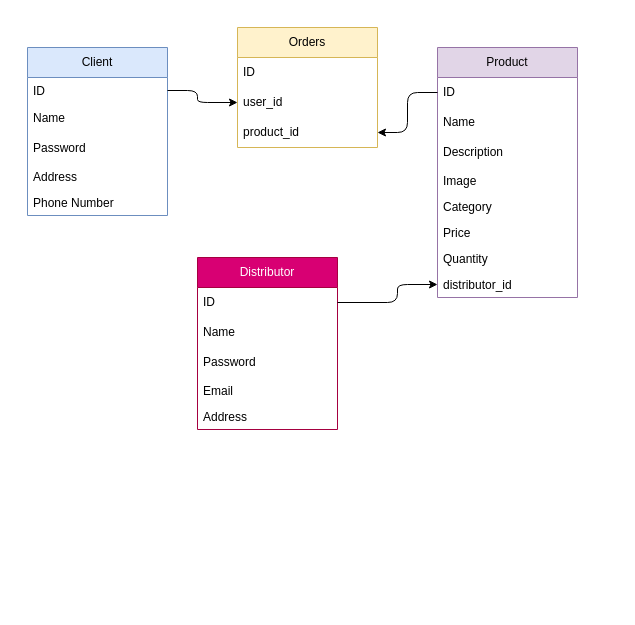
The draw.io diagram db-design.drawio in gilbert-ku/electro-App, before the edit. Source tidied: cells renumbered, new cells numbered last; positions are measured from the earlier drawing's top-left corner, leaving out a move shared by most shapes. Both pictures are drawn from the tidied source at 100%, with x=0, y=0 at pixel (27, 27).
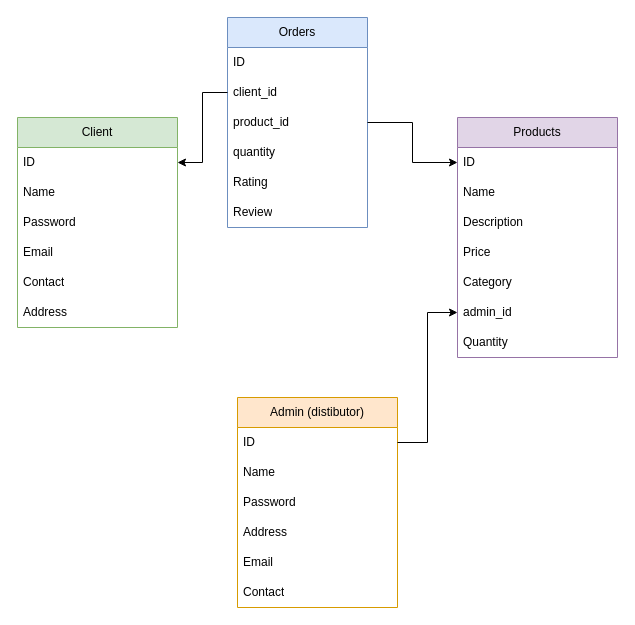
The same page after the edit.

Commit message:
updating database design

The change refers to these unchanged cells:
```xml
<mxCell id="11" value="product_id" style="text;strokeColor=none;fillColor=none;align=left;verticalAlign=middle;spacingLeft=4;spacingRight=4;overflow=hidden;points=[[0,0.5],[1,0.5]];portConstraint=eastwest;whiteSpace=wrap;html=1;" parent="8" vertex="1">
  <mxGeometry y="90" width="140" height="30" as="geometry" />
</mxCell>
```

Diff of the diagram source:
```diff
@@
-    <mxCell id="2" value="Client" style="swimlane;fontStyle=0;horizontal=1;startSize=30;whiteSpace=wrap;html=1;fillColor=#dae8fc;strokeColor=#6c8ebf;" parent="1" vertex="1">
-      <mxGeometry y="20" width="140" height="168" as="geometry" />
+    <mxCell id="2" value="Client" style="swimlane;fontStyle=0;horizontal=1;startSize=30;whiteSpace=wrap;html=1;fillColor=#d5e8d4;strokeColor=#82b366;" parent="1" vertex="1">
+      <mxGeometry x="-10" y="90" width="160" height="210" as="geometry" />
     </mxCell>
-    <mxCell id="3" value="ID" style="text;strokeColor=none;fillColor=none;align=left;verticalAlign=top;spacingLeft=4;spacingRight=4;overflow=hidden;points=[[0,0.5],[1,0.5]];portConstraint=eastwest;whiteSpace=wrap;html=1;" parent="2" vertex="1">
-      <mxGeometry y="30" width="140" height="26" as="geometry" />
-    </mxCell>
-    <mxCell id="4" value="Name" style="text;strokeColor=none;fillColor=none;align=left;verticalAlign=middle;spacingLeft=4;spacingRight=4;overflow=hidden;whiteSpace=wrap;html=1;" parent="2" vertex="1">
-      <mxGeometry y="56" width="140" height="30" as="geometry" />
-    </mxCell>
-    <mxCell id="5" value="Password" style="text;strokeColor=none;fillColor=none;align=left;verticalAlign=middle;spacingLeft=4;spacingRight=4;overflow=hidden;whiteSpace=wrap;html=1;" parent="2" vertex="1">
-      <mxGeometry y="86" width="140" height="30" as="geometry" />
-    </mxCell>
-    <mxCell id="6" value="Address" style="text;strokeColor=none;fillColor=none;align=left;verticalAlign=top;spacingLeft=4;spacingRight=4;overflow=hidden;whiteSpace=wrap;html=1;" parent="2" vertex="1">
-      <mxGeometry y="116" width="140" height="26" as="geometry" />
-    </mxCell>
-    <mxCell id="7" value="Phone Number" style="text;strokeColor=none;fillColor=none;align=left;verticalAlign=top;spacingLeft=4;spacingRight=4;overflow=hidden;whiteSpace=wrap;html=1;" parent="2" vertex="1">
-      <mxGeometry y="142" width="140" height="26" as="geometry" />
-    </mxCell>
+    <mxCell id="30" value="ID" style="text;strokeColor=none;fillColor=none;align=left;verticalAlign=middle;spacingLeft=4;spacingRight=4;overflow=hidden;points=[[0,0.5],[1,0.5]];portConstraint=eastwest;whiteSpace=wrap;html=1;" parent="2" vertex="1">
+      <mxGeometry y="30" width="160" height="30" as="geometry" />
+    </mxCell>
+    <mxCell id="31" value="Name" style="text;strokeColor=none;fillColor=none;align=left;verticalAlign=middle;spacingLeft=4;spacingRight=4;overflow=hidden;whiteSpace=wrap;html=1;" parent="2" vertex="1">
+      <mxGeometry y="60" width="160" height="30" as="geometry" />
+    </mxCell>
+    <mxCell id="32" value="Password" style="text;strokeColor=none;fillColor=none;align=left;verticalAlign=middle;spacingLeft=4;spacingRight=4;overflow=hidden;whiteSpace=wrap;html=1;" parent="2" vertex="1">
+      <mxGeometry y="90" width="160" height="30" as="geometry" />
+    </mxCell>
+    <mxCell id="33" value="Email" style="text;strokeColor=none;fillColor=none;align=left;verticalAlign=middle;spacingLeft=4;spacingRight=4;overflow=hidden;whiteSpace=wrap;html=1;" parent="2" vertex="1">
+      <mxGeometry y="120" width="160" height="30" as="geometry" />
+    </mxCell>
+    <mxCell id="34" value="Contact" style="text;strokeColor=none;fillColor=none;align=left;verticalAlign=middle;spacingLeft=4;spacingRight=4;overflow=hidden;whiteSpace=wrap;html=1;" parent="2" vertex="1">
+      <mxGeometry y="150" width="160" height="30" as="geometry" />
+    </mxCell>
+    <mxCell id="35" value="Address" style="text;strokeColor=none;fillColor=none;align=left;verticalAlign=middle;spacingLeft=4;spacingRight=4;overflow=hidden;whiteSpace=wrap;html=1;" parent="2" vertex="1">
+      <mxGeometry y="180" width="160" height="30" as="geometry" />
+    </mxCell>
+    <mxCell id="36" value="Products" style="swimlane;fontStyle=0;horizontal=1;startSize=30;whiteSpace=wrap;html=1;fillColor=#e1d5e7;strokeColor=#9673a6;" parent="1" vertex="1">
+      <mxGeometry x="430" y="90" width="160" height="240" as="geometry" />
+    </mxCell>
+    <mxCell id="37" value="ID" style="text;strokeColor=none;fillColor=none;align=left;verticalAlign=middle;spacingLeft=4;spacingRight=4;overflow=hidden;points=[[0,0.5],[1,0.5]];portConstraint=eastwest;whiteSpace=wrap;html=1;" parent="36" vertex="1">
+      <mxGeometry y="30" width="160" height="30" as="geometry" />
+    </mxCell>
+    <mxCell id="38" value="Name" style="text;strokeColor=none;fillColor=none;align=left;verticalAlign=middle;spacingLeft=4;spacingRight=4;overflow=hidden;whiteSpace=wrap;html=1;" parent="36" vertex="1">
+      <mxGeometry y="60" width="160" height="30" as="geometry" />
+    </mxCell>
+    <mxCell id="15" value="Description" style="text;strokeColor=none;fillColor=none;align=left;verticalAlign=middle;spacingLeft=4;spacingRight=4;overflow=hidden;whiteSpace=wrap;html=1;" parent="36" vertex="1">
+      <mxGeometry y="90" width="160" height="30" as="geometry" />
+    </mxCell>
+    <mxCell id="18" value="Price" style="text;strokeColor=none;fillColor=none;align=left;verticalAlign=middle;spacingLeft=4;spacingRight=4;overflow=hidden;whiteSpace=wrap;html=1;" parent="36" vertex="1">
+      <mxGeometry y="120" width="160" height="30" as="geometry" />
+    </mxCell>
+    <mxCell id="17" value="Category" style="text;strokeColor=none;fillColor=none;align=left;verticalAlign=middle;spacingLeft=4;spacingRight=4;overflow=hidden;whiteSpace=wrap;html=1;" parent="36" vertex="1">
+      <mxGeometry y="150" width="160" height="30" as="geometry" />
+    </mxCell>
+    <mxCell id="39" value="admin_id" style="text;strokeColor=none;fillColor=none;align=left;verticalAlign=middle;spacingLeft=4;spacingRight=4;overflow=hidden;points=[[0,0.5],[1,0.5]];portConstraint=eastwest;whiteSpace=wrap;html=1;" parent="36" vertex="1">
+      <mxGeometry y="180" width="160" height="30" as="geometry" />
+    </mxCell>
+    <mxCell id="19" value="Quantity" style="text;strokeColor=none;fillColor=none;align=left;verticalAlign=middle;spacingLeft=4;spacingRight=4;overflow=hidden;whiteSpace=wrap;html=1;" parent="36" vertex="1">
+      <mxGeometry y="210" width="160" height="30" as="geometry" />
+    </mxCell>
+    <mxCell id="40" value="Admin (distibutor)" style="swimlane;fontStyle=0;horizontal=1;startSize=30;whiteSpace=wrap;html=1;fillColor=#ffe6cc;strokeColor=#d79b00;" parent="1" vertex="1">
+      <mxGeometry x="210" y="370" width="160" height="210" as="geometry" />
+    </mxCell>
+    <mxCell id="41" value="ID" style="text;strokeColor=none;fillColor=none;align=left;verticalAlign=middle;spacingLeft=4;spacingRight=4;overflow=hidden;points=[[0,0.5],[1,0.5]];portConstraint=eastwest;whiteSpace=wrap;html=1;" parent="40" vertex="1">
+      <mxGeometry y="30" width="160" height="30" as="geometry" />
+    </mxCell>
+    <mxCell id="42" value="Name" style="text;strokeColor=none;fillColor=none;align=left;verticalAlign=middle;spacingLeft=4;spacingRight=4;overflow=hidden;whiteSpace=wrap;html=1;" parent="40" vertex="1">
+      <mxGeometry y="60" width="160" height="30" as="geometry" />
+    </mxCell>
+    <mxCell id="43" value="Password" style="text;strokeColor=none;fillColor=none;align=left;verticalAlign=middle;spacingLeft=4;spacingRight=4;overflow=hidden;whiteSpace=wrap;html=1;" parent="40" vertex="1">
+      <mxGeometry y="90" width="160" height="30" as="geometry" />
+    </mxCell>
+    <mxCell id="44" value="Address" style="text;strokeColor=none;fillColor=none;align=left;verticalAlign=middle;spacingLeft=4;spacingRight=4;overflow=hidden;whiteSpace=wrap;html=1;" parent="40" vertex="1">
+      <mxGeometry y="120" width="160" height="30" as="geometry" />
+    </mxCell>
+    <mxCell id="45" value="Email" style="text;strokeColor=none;fillColor=none;align=left;verticalAlign=middle;spacingLeft=4;spacingRight=4;overflow=hidden;whiteSpace=wrap;html=1;" parent="40" vertex="1">
+      <mxGeometry y="150" width="160" height="30" as="geometry" />
+    </mxCell>
+    <mxCell id="46" value="Contact" style="text;strokeColor=none;fillColor=none;align=left;verticalAlign=middle;spacingLeft=4;spacingRight=4;overflow=hidden;whiteSpace=wrap;html=1;" parent="40" vertex="1">
+      <mxGeometry y="180" width="160" height="30" as="geometry" />
+    </mxCell>
+    <mxCell id="47" style="edgeStyle=orthogonalEdgeStyle;rounded=0;jettySize=auto;html=1;entryX=0;entryY=0.5;entryDx=0;entryDy=0;" parent="1" edge="1" source="41" target="39">
+      <mxGeometry relative="1" as="geometry" />
+    </mxCell>
-    <mxCell id="8" value="Orders" style="swimlane;fontStyle=0;horizontal=1;startSize=30;whiteSpace=wrap;html=1;fillColor=#fff2cc;strokeColor=#d6b656;" parent="1" vertex="1">
-      <mxGeometry x="210" width="140" height="120" as="geometry" />
+    <mxCell id="8" value="Orders" style="swimlane;fontStyle=0;horizontal=1;startSize=30;whiteSpace=wrap;html=1;fillColor=#dae8fc;strokeColor=#6c8ebf;" parent="1" vertex="1">
+      <mxGeometry x="200" y="-10" width="140" height="210" as="geometry" />
     </mxCell>
-    <mxCell id="9" value="ID" style="text;strokeColor=none;fillColor=none;align=left;verticalAlign=middle;spacingLeft=4;spacingRight=4;overflow=hidden;whiteSpace=wrap;html=1;" parent="8" vertex="1">
-      <mxGeometry y="30" width="140" height="30" as="geometry" />
-    </mxCell>
-    <mxCell id="10" value="user_id" style="text;strokeColor=none;fillColor=none;align=left;verticalAlign=middle;spacingLeft=4;spacingRight=4;overflow=hidden;points=[[0,0.5],[1,0.5]];portConstraint=eastwest;whiteSpace=wrap;html=1;" parent="8" vertex="1">
-      <mxGeometry y="60" width="140" height="30" as="geometry" />
-    </mxCell>
+    <mxCell id="48" value="ID" style="text;strokeColor=none;fillColor=none;align=left;verticalAlign=middle;spacingLeft=4;spacingRight=4;overflow=hidden;whiteSpace=wrap;html=1;" parent="8" vertex="1">
+      <mxGeometry y="30" width="140" height="30" as="geometry" />
+    </mxCell>
+    <mxCell id="49" value="client_id" style="text;strokeColor=none;fillColor=none;align=left;verticalAlign=middle;spacingLeft=4;spacingRight=4;overflow=hidden;points=[[0,0.5],[1,0.5]];portConstraint=eastwest;whiteSpace=wrap;html=1;" parent="8" vertex="1">
+      <mxGeometry y="60" width="140" height="30" as="geometry" />
+    </mxCell>
@@
-    <mxCell id="12" value="Product" style="swimlane;fontStyle=0;horizontal=1;startSize=30;whiteSpace=wrap;html=1;fillColor=#e1d5e7;strokeColor=#9673a6;" parent="1" vertex="1">
-      <mxGeometry x="410" y="20" width="140" height="250" as="geometry" />
-    </mxCell>
-    <mxCell id="13" value="ID" style="text;strokeColor=none;fillColor=none;align=left;verticalAlign=middle;spacingLeft=4;spacingRight=4;overflow=hidden;points=[[0,0.5],[1,0.5]];portConstraint=eastwest;whiteSpace=wrap;html=1;" parent="12" vertex="1">
-      <mxGeometry y="30" width="140" height="30" as="geometry" />
-    </mxCell>
-    <mxCell id="14" value="Name" style="text;strokeColor=none;fillColor=none;align=left;verticalAlign=middle;spacingLeft=4;spacingRight=4;overflow=hidden;whiteSpace=wrap;html=1;" parent="12" vertex="1">
-      <mxGeometry y="60" width="140" height="30" as="geometry" />
-    </mxCell>
-    <mxCell id="15" value="Description" style="text;strokeColor=none;fillColor=none;align=left;verticalAlign=middle;spacingLeft=4;spacingRight=4;overflow=hidden;whiteSpace=wrap;html=1;" parent="12" vertex="1">
-      <mxGeometry y="90" width="140" height="30" as="geometry" />
-    </mxCell>
-    <mxCell id="16" value="Image" style="text;strokeColor=none;fillColor=none;align=left;verticalAlign=top;spacingLeft=4;spacingRight=4;overflow=hidden;whiteSpace=wrap;html=1;" parent="12" vertex="1">
-      <mxGeometry y="120" width="140" height="26" as="geometry" />
-    </mxCell>
-    <mxCell id="17" value="Category" style="text;strokeColor=none;fillColor=none;align=left;verticalAlign=top;spacingLeft=4;spacingRight=4;overflow=hidden;whiteSpace=wrap;html=1;" parent="12" vertex="1">
-      <mxGeometry y="146" width="140" height="26" as="geometry" />
-    </mxCell>
-    <mxCell id="18" value="Price" style="text;strokeColor=none;fillColor=none;align=left;verticalAlign=top;spacingLeft=4;spacingRight=4;overflow=hidden;whiteSpace=wrap;html=1;" parent="12" vertex="1">
-      <mxGeometry y="172" width="140" height="26" as="geometry" />
-    </mxCell>
-    <mxCell id="19" value="Quantity" style="text;strokeColor=none;fillColor=none;align=left;verticalAlign=top;spacingLeft=4;spacingRight=4;overflow=hidden;whiteSpace=wrap;html=1;" parent="12" vertex="1">
-      <mxGeometry y="198" width="140" height="26" as="geometry" />
-    </mxCell>
-    <mxCell id="20" value="distributor_id" style="text;strokeColor=none;fillColor=none;align=left;verticalAlign=top;spacingLeft=4;spacingRight=4;overflow=hidden;points=[[0,0.5],[1,0.5]];portConstraint=eastwest;whiteSpace=wrap;html=1;" parent="12" vertex="1">
-      <mxGeometry y="224" width="140" height="26" as="geometry" />
-    </mxCell>
-    <mxCell id="21" value="Distributor" style="swimlane;fontStyle=0;horizontal=1;startSize=30;whiteSpace=wrap;html=1;fillColor=#d80073;fontColor=#ffffff;strokeColor=#A50040;" parent="1" vertex="1">
-      <mxGeometry x="170" y="230" width="140" height="172" as="geometry" />
-    </mxCell>
-    <mxCell id="22" value="ID" style="text;strokeColor=none;fillColor=none;align=left;verticalAlign=middle;spacingLeft=4;spacingRight=4;overflow=hidden;points=[[0,0.5],[1,0.5]];portConstraint=eastwest;whiteSpace=wrap;html=1;" parent="21" vertex="1">
-      <mxGeometry y="30" width="140" height="30" as="geometry" />
-    </mxCell>
-    <mxCell id="23" value="Name" style="text;strokeColor=none;fillColor=none;align=left;verticalAlign=middle;spacingLeft=4;spacingRight=4;overflow=hidden;whiteSpace=wrap;html=1;" parent="21" vertex="1">
-      <mxGeometry y="60" width="140" height="30" as="geometry" />
-    </mxCell>
-    <mxCell id="24" value="Password" style="text;strokeColor=none;fillColor=none;align=left;verticalAlign=middle;spacingLeft=4;spacingRight=4;overflow=hidden;whiteSpace=wrap;html=1;" parent="21" vertex="1">
-      <mxGeometry y="90" width="140" height="30" as="geometry" />
-    </mxCell>
-    <mxCell id="25" value="Email" style="text;strokeColor=none;fillColor=none;align=left;verticalAlign=top;spacingLeft=4;spacingRight=4;overflow=hidden;whiteSpace=wrap;html=1;" parent="21" vertex="1">
-      <mxGeometry y="120" width="140" height="26" as="geometry" />
-    </mxCell>
-    <mxCell id="26" value="Address" style="text;strokeColor=none;fillColor=none;align=left;verticalAlign=top;spacingLeft=4;spacingRight=4;overflow=hidden;whiteSpace=wrap;html=1;" parent="21" vertex="1">
-      <mxGeometry y="146" width="140" height="26" as="geometry" />
-    </mxCell>
-    <mxCell id="27" style="edgeStyle=none;html=1;entryX=0;entryY=0.5;entryDx=0;entryDy=0;" parent="1" edge="1" source="22" target="20">
-      <mxGeometry relative="1" as="geometry">
-        <Array as="points">
-          <mxPoint x="370" y="275" />
-          <mxPoint x="370" y="257" />
-        </Array>
-      </mxGeometry>
-    </mxCell>
-    <mxCell id="28" style="edgeStyle=none;html=1;entryX=0;entryY=0.5;entryDx=0;entryDy=0;" parent="1" edge="1" source="3" target="10">
-      <mxGeometry relative="1" as="geometry">
-        <Array as="points">
-          <mxPoint x="170" y="63" />
-          <mxPoint x="170" y="75" />
-        </Array>
-      </mxGeometry>
-    </mxCell>
-    <mxCell id="29" style="edgeStyle=none;html=1;entryX=1;entryY=0.5;entryDx=0;entryDy=0;" parent="1" edge="1" source="13" target="11">
-      <mxGeometry relative="1" as="geometry">
-        <Array as="points">
-          <mxPoint x="380" y="65" />
-          <mxPoint x="380" y="105" />
-        </Array>
-      </mxGeometry>
-    </mxCell>
+    <mxCell id="50" value="quantity" style="text;strokeColor=none;fillColor=none;align=left;verticalAlign=middle;spacingLeft=4;spacingRight=4;overflow=hidden;whiteSpace=wrap;html=1;" parent="8" vertex="1">
+      <mxGeometry y="120" width="140" height="30" as="geometry" />
+    </mxCell>
+    <mxCell id="51" value="Rating" style="text;strokeColor=none;fillColor=none;align=left;verticalAlign=middle;spacingLeft=4;spacingRight=4;overflow=hidden;whiteSpace=wrap;html=1;" parent="8" vertex="1">
+      <mxGeometry y="150" width="140" height="30" as="geometry" />
+    </mxCell>
+    <mxCell id="52" value="Review" style="text;strokeColor=none;fillColor=none;align=left;verticalAlign=middle;spacingLeft=4;spacingRight=4;overflow=hidden;whiteSpace=wrap;html=1;" parent="8" vertex="1">
+      <mxGeometry y="180" width="140" height="30" as="geometry" />
+    </mxCell>
+    <mxCell id="53" style="edgeStyle=orthogonalEdgeStyle;rounded=0;jettySize=auto;html=1;entryX=0;entryY=0.5;entryDx=0;entryDy=0;" parent="1" edge="1" source="11" target="37">
+      <mxGeometry relative="1" as="geometry" />
+    </mxCell>
+    <mxCell id="54" style="edgeStyle=orthogonalEdgeStyle;rounded=0;jettySize=auto;html=1;entryX=1;entryY=0.5;entryDx=0;entryDy=0;" parent="1" edge="1" source="49" target="30">
+      <mxGeometry relative="1" as="geometry" />
+    </mxCell>
```
